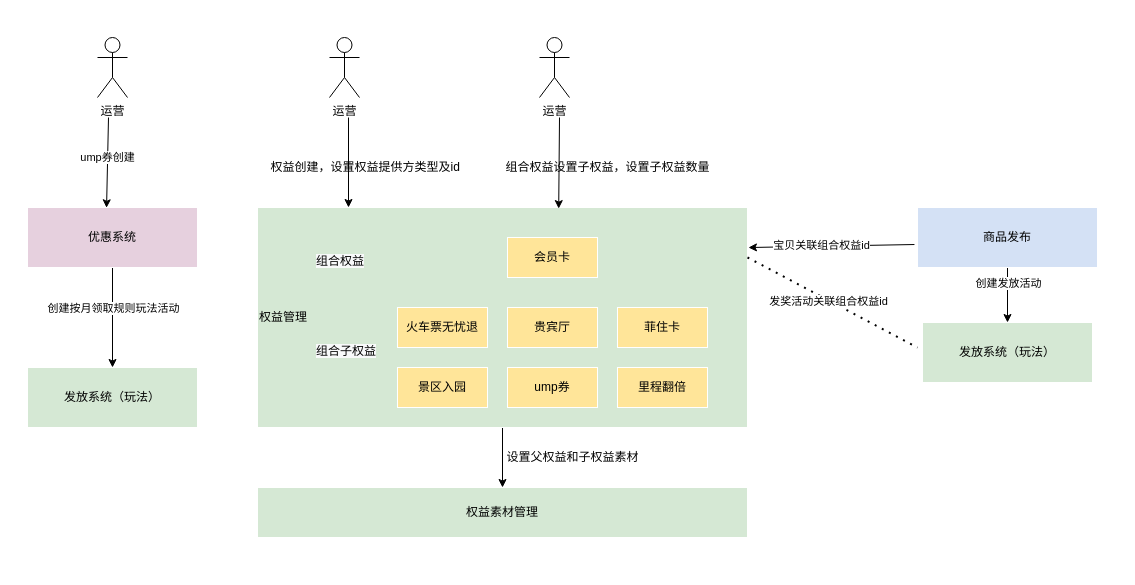
Before: page "会员创建流程" (2 of 4) of 付费权益.drawio in renqiuming/drawio, a draw.io diagram. Source tidied: cells renumbered, new cells numbered last; positions are measured from the earlier drawing's top-left corner, leaving out a move shared by most shapes. Both pictures are drawn from the tidied source at 100%, with x=0, y=0 at pixel (27, 37).
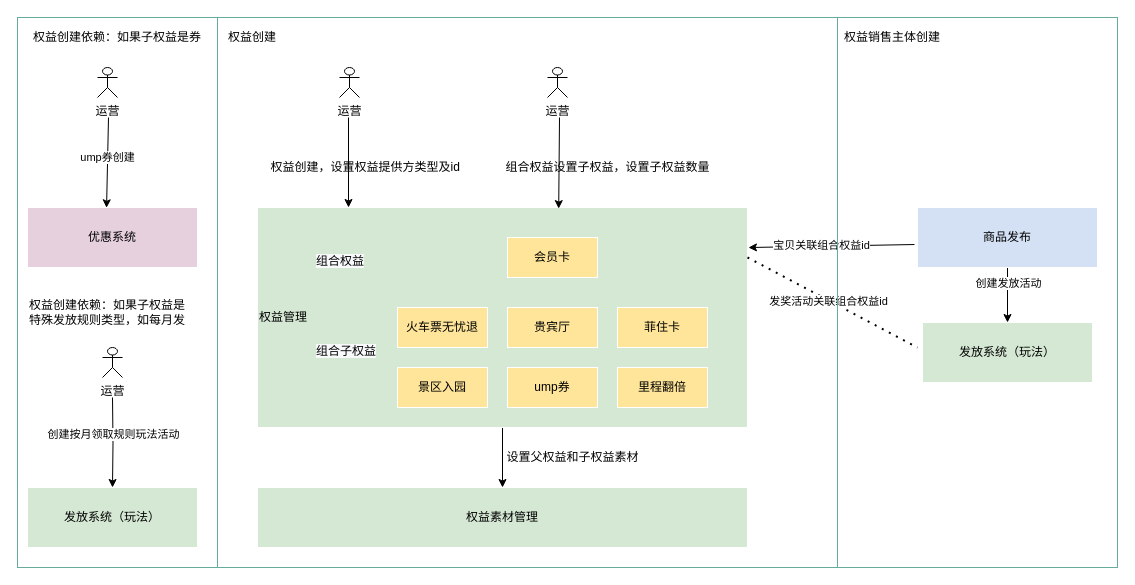
The same diagram, later.

The change refers to these unchanged cells:
```xml
<mxCell id="28" value="优惠系统" style="rounded=0;whiteSpace=wrap;html=1;strokeColor=#FFFFFF;fillColor=#E6D0DE;align=center;" parent="1" vertex="1">
  <mxGeometry y="170" width="170" height="60" as="geometry" />
</mxCell>
```

What changed in the source:
```diff
@@
+    <mxCell id="36" style="rounded=0;whiteSpace=wrap;html=1;strokeColor=#67AB9F;fillColor=none;align=center;" parent="1" vertex="1">
+      <mxGeometry x="-10" y="-20" width="200" height="550" as="geometry" />
+    </mxCell>
@@
-    <mxCell id="4" value="运营" style="shape=umlActor;verticalLabelPosition=bottom;verticalAlign=top;html=1;" parent="1" vertex="1">
-      <mxGeometry x="302" width="30" height="60" as="geometry" />
-    </mxCell>
@@
     <mxCell id="23" value="权益素材管理" style="rounded=0;whiteSpace=wrap;html=1;strokeColor=#FFFFFF;fillColor=#D5E8D4;align=center;" parent="1" vertex="1">
-      <mxGeometry x="230" y="450" width="490" height="50" as="geometry" />
+      <mxGeometry x="230" y="450" width="490" height="60" as="geometry" />
     </mxCell>
@@
     <mxCell id="25" value="运营" style="shape=umlActor;verticalLabelPosition=bottom;verticalAlign=top;html=1;" parent="1" vertex="1">
-      <mxGeometry x="70" width="30" height="60" as="geometry" />
+      <mxGeometry x="70" y="30" width="20" height="30" as="geometry" />
     </mxCell>
-    <mxCell id="26" style="edgeStyle=orthogonalEdgeStyle;rounded=0;jettySize=auto;html=1;exitX=0.5;exitY=1;exitDx=0;exitDy=0;" parent="1" edge="1" source="28" target="31">
-      <mxGeometry relative="1" as="geometry" />
+    <mxCell id="26" style="edgeStyle=orthogonalEdgeStyle;rounded=0;jettySize=auto;html=1;" parent="1" edge="1" target="31">
+      <mxGeometry relative="1" as="geometry">
+        <mxPoint x="85" y="360" as="sourcePoint" />
+      </mxGeometry>
     </mxCell>
@@
     <mxCell id="31" value="发放系统（玩法）" style="rounded=0;whiteSpace=wrap;html=1;strokeColor=#FFFFFF;fillColor=#D5E8D4;align=center;" parent="1" vertex="1">
-      <mxGeometry y="330" width="170" height="60" as="geometry" />
+      <mxGeometry y="450" width="170" height="60" as="geometry" />
     </mxCell>
-    <mxCell id="32" value="运营" style="shape=umlActor;verticalLabelPosition=bottom;verticalAlign=top;html=1;" parent="1" vertex="1">
-      <mxGeometry x="512" width="30" height="60" as="geometry" />
-    </mxCell>
@@
+    <mxCell id="37" value="权益创建依赖：如果子权益是券" style="text;html=1;strokeColor=none;fillColor=none;align=center;verticalAlign=middle;whiteSpace=wrap;rounded=0;" parent="1" vertex="1">
+      <mxGeometry y="-10" width="180" height="20" as="geometry" />
+    </mxCell>
+    <mxCell id="38" value="运营" style="shape=umlActor;verticalLabelPosition=bottom;verticalAlign=top;html=1;" parent="1" vertex="1">
+      <mxGeometry x="312" y="30" width="20" height="30" as="geometry" />
+    </mxCell>
+    <mxCell id="39" value="运营" style="shape=umlActor;verticalLabelPosition=bottom;verticalAlign=top;html=1;" parent="1" vertex="1">
+      <mxGeometry x="520" y="30" width="20" height="30" as="geometry" />
+    </mxCell>
+    <mxCell id="40" value="运营" style="shape=umlActor;verticalLabelPosition=bottom;verticalAlign=top;html=1;" parent="1" vertex="1">
+      <mxGeometry x="75" y="310" width="20" height="30" as="geometry" />
+    </mxCell>
+    <mxCell id="41" value="权益创建依赖：如果子权益是特殊发放规则类型，如每月发" style="text;html=1;strokeColor=none;fillColor=none;align=center;verticalAlign=middle;whiteSpace=wrap;rounded=0;" parent="1" vertex="1">
+      <mxGeometry y="260" width="160" height="30" as="geometry" />
+    </mxCell>
+    <mxCell id="42" style="rounded=0;whiteSpace=wrap;html=1;strokeColor=#67AB9F;fillColor=none;align=center;" parent="1" vertex="1">
+      <mxGeometry x="190" y="-20" width="620" height="550" as="geometry" />
+    </mxCell>
+    <mxCell id="43" value="权益创建" style="text;html=1;strokeColor=none;fillColor=none;align=center;verticalAlign=middle;whiteSpace=wrap;rounded=0;" parent="1" vertex="1">
+      <mxGeometry x="190" y="-10" width="70" height="20" as="geometry" />
+    </mxCell>
+    <mxCell id="44" style="rounded=0;whiteSpace=wrap;html=1;strokeColor=#67AB9F;fillColor=none;align=center;" parent="1" vertex="1">
+      <mxGeometry x="810" y="-20" width="280" height="550" as="geometry" />
+    </mxCell>
+    <mxCell id="45" value="权益销售主体创建" style="text;html=1;strokeColor=none;fillColor=none;align=center;verticalAlign=middle;whiteSpace=wrap;rounded=0;" parent="1" vertex="1">
+      <mxGeometry x="810" y="-10" width="110" height="20" as="geometry" />
+    </mxCell>
```
